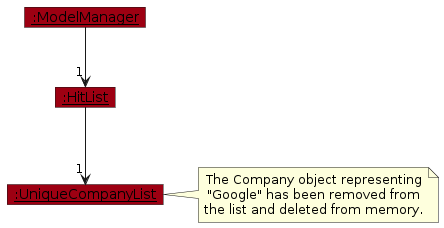
This is diagrams/delete-company/CompanyDeletePostExecution.png from AY2526S2-CS2103T-W11-2/tp, a PlantUML export, as it was before one commit. Its source is kept beside it as diagrams/delete-company/CompanyDeletePostExecution.puml. The source it was exported from:
```plantuml
@startuml
!include ../style.puml
skinparam ArrowFontStyle plain

show objects

object "<u>:ModelManager</u>" as ModelManager MODEL_COLOR
object "<u>:HitList</u>" as HitList MODEL_COLOR
object "<u>:UniqueCompanyList</u>" as UniqueCompanyList MODEL_COLOR

ModelManager --> "1" HitList
HitList --> "1" UniqueCompanyList

note right of UniqueCompanyList
  The Company object representing
  "Google" has been removed from
  the list and deleted from memory.
end note
@enduml
```
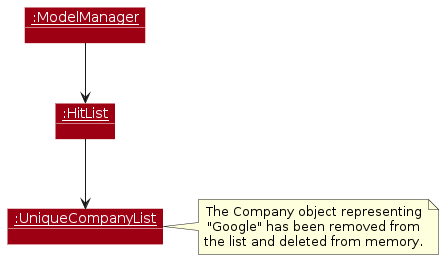
The same file after the commit.

Diff of the diagram source:
```diff
@@ -2,14 +2,20 @@
 !include ../style.puml
 skinparam ArrowFontStyle plain
 
+skinparam shadowing false
+skinparam ObjectFontColor #FFFFFF
+skinparam ObjectAttributeFontColor #FFFFFF
+skinparam ObjectBorderColor #FFFFFF
+
 show objects
+show members
 
 object "<u>:ModelManager</u>" as ModelManager MODEL_COLOR
 object "<u>:HitList</u>" as HitList MODEL_COLOR
 object "<u>:UniqueCompanyList</u>" as UniqueCompanyList MODEL_COLOR
 
-ModelManager --> "1" HitList
-HitList --> "1" UniqueCompanyList
+ModelManager --> HitList
+HitList --> UniqueCompanyList
 
 note right of UniqueCompanyList
   The Company object representing
```
